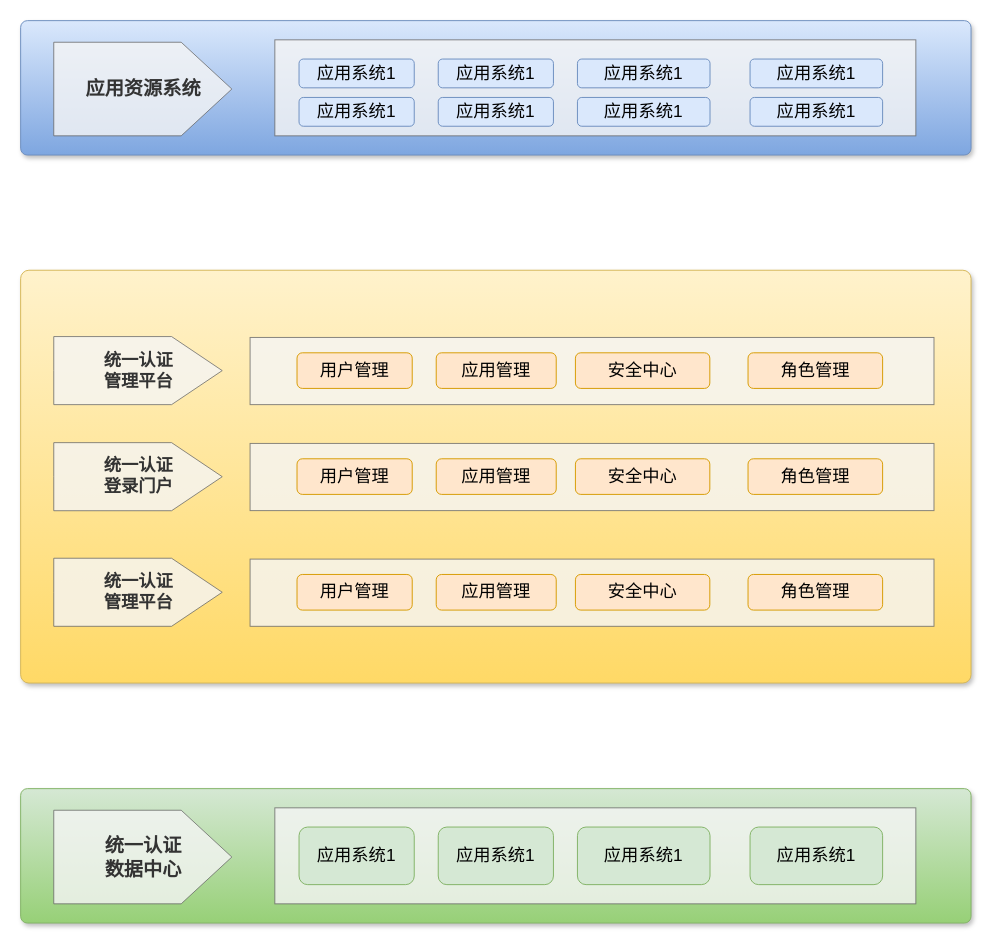
The draw.io diagram 东庄信息化项目-统一权限管理.drawio in sun-beijixing/drawio, before the edit. Source tidied: cells renumbered, new cells numbered last; positions are measured from the earlier drawing's top-left corner, leaving out a move shared by most shapes. Both pictures are drawn from the tidied source at 96%, with x=0, y=0 at pixel (20, 20).
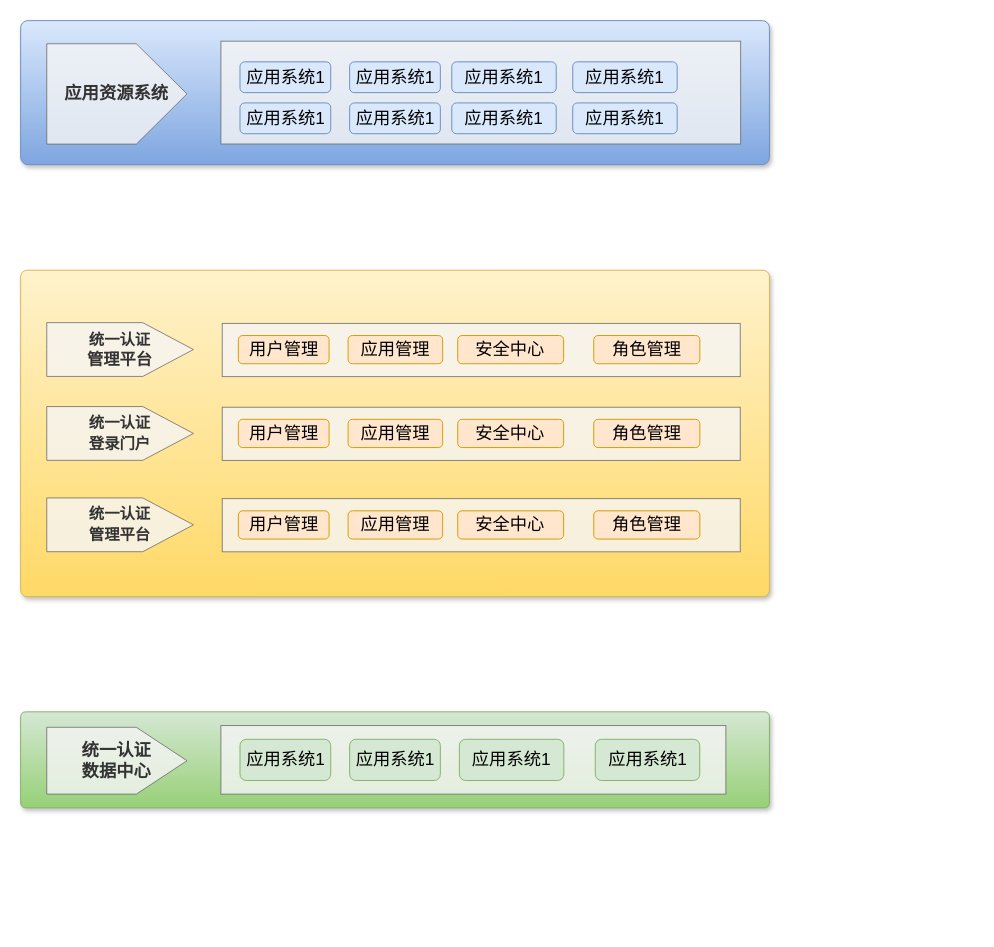
The same page after the edit.

Commit message (it also covers changes not shown here):
更新东庄信息化项目-统一权限管理.drawio

The edit, as a diff of the source:
```diff
@@
     <mxCell id="2" style="text;html=1;strokeColor=#6c8ebf;fillColor=#dae8fc;align=center;verticalAlign=middle;whiteSpace=wrap;fontSize=54;fontStyle=1;shadow=1;rounded=1;glass=0;sketch=0;arcSize=5;gradientColor=#7ea6e0;" parent="1" vertex="1">
-      <mxGeometry width="990" height="140" as="geometry" />
+      <mxGeometry width="780" height="150" as="geometry" />
     </mxCell>
     <mxCell id="3" style="rounded=0;whiteSpace=wrap;html=1;shadow=0;glass=0;sketch=0;fontSize=20;fillColor=#f5f5f5;fontColor=#333333;strokeColor=#666666;opacity=80;" parent="2" vertex="1">
-      <mxGeometry x="264.8" y="20" width="667.7" height="100" as="geometry" />
+      <mxGeometry x="208.6" y="21.4" width="541.4" height="107.1" as="geometry" />
     </mxCell>
     <mxCell id="4" value="&lt;font style=&quot;font-size: 18px;&quot;&gt;应用系统1&lt;/font&gt;" style="rounded=1;whiteSpace=wrap;html=1;shadow=0;glass=0;sketch=0;fillColor=#dae8fc;strokeColor=#6c8ebf;gradientColor=none;" parent="2" vertex="1">
-      <mxGeometry x="290" y="40" width="120" height="30" as="geometry" />
+      <mxGeometry x="228.5" y="42.9" width="94.5" height="32.1" as="geometry" />
     </mxCell>
-    <mxCell id="5" value="&lt;span style=&quot;color: rgb(51, 51, 51);&quot;&gt;&lt;b&gt;&lt;font style=&quot;font-size: 20px;&quot;&gt;应用资源系统&lt;/font&gt;&lt;/b&gt;&lt;/span&gt;" style="html=1;shadow=0;dashed=0;align=center;verticalAlign=middle;shape=mxgraph.arrows2.arrow;dy=0;dx=52.76;notch=0;rounded=0;glass=0;sketch=0;fontSize=18;fillColor=#f5f5f5;fontColor=#333333;strokeColor=#666666;whiteSpace=wrap;opacity=80;" parent="2" vertex="1">
-      <mxGeometry x="34.5" y="22.5" width="185.5" height="97.5" as="geometry" />
+    <mxCell id="5" value="&lt;span style=&quot;color: rgb(51, 51, 51);&quot;&gt;&lt;b&gt;&lt;font style=&quot;font-size: 18px;&quot;&gt;应用资源系统&lt;/font&gt;&lt;/b&gt;&lt;/span&gt;" style="html=1;shadow=0;dashed=0;align=center;verticalAlign=middle;shape=mxgraph.arrows2.arrow;dy=0;dx=52.76;notch=0;rounded=0;glass=0;sketch=0;fontSize=18;fillColor=#f5f5f5;fontColor=#333333;strokeColor=#666666;whiteSpace=wrap;opacity=80;" parent="2" vertex="1">
+      <mxGeometry x="27.2" y="24.1" width="146.1" height="104.5" as="geometry" />
     </mxCell>
     <mxCell id="6" value="&lt;font style=&quot;font-size: 18px;&quot;&gt;应用系统1&lt;/font&gt;" style="rounded=1;whiteSpace=wrap;html=1;shadow=0;glass=0;sketch=0;fillColor=#dae8fc;strokeColor=#6c8ebf;gradientColor=none;" parent="2" vertex="1">
-      <mxGeometry x="759.8" y="40" width="138.1" height="30" as="geometry" />
+      <mxGeometry x="575.1" y="42.9" width="108.8" height="32.1" as="geometry" />
     </mxCell>
     <mxCell id="7" value="&lt;font style=&quot;font-size: 18px;&quot;&gt;应用系统1&lt;/font&gt;" style="rounded=1;whiteSpace=wrap;html=1;shadow=0;glass=0;sketch=0;fillColor=#dae8fc;strokeColor=#6c8ebf;gradientColor=none;" parent="2" vertex="1">
-      <mxGeometry x="580" y="40" width="138.1" height="30" as="geometry" />
+      <mxGeometry x="449.1" y="42.9" width="108.8" height="32.1" as="geometry" />
     </mxCell>
     <mxCell id="8" value="&lt;font style=&quot;font-size: 18px;&quot;&gt;应用系统1&lt;/font&gt;" style="rounded=1;whiteSpace=wrap;html=1;shadow=0;glass=0;sketch=0;fillColor=#dae8fc;strokeColor=#6c8ebf;gradientColor=none;" parent="2" vertex="1">
-      <mxGeometry x="759.8" y="80" width="138.1" height="30" as="geometry" />
+      <mxGeometry x="575.1" y="85.7" width="108.8" height="32.1" as="geometry" />
     </mxCell>
     <mxCell id="9" value="&lt;font style=&quot;font-size: 18px;&quot;&gt;应用系统1&lt;/font&gt;" style="rounded=1;whiteSpace=wrap;html=1;shadow=0;glass=0;sketch=0;fillColor=#dae8fc;strokeColor=#6c8ebf;gradientColor=none;" parent="2" vertex="1">
-      <mxGeometry x="580" y="80" width="138.1" height="30" as="geometry" />
+      <mxGeometry x="449.1" y="85.7" width="108.8" height="32.1" as="geometry" />
     </mxCell>
     <mxCell id="10" value="&lt;font style=&quot;font-size: 18px;&quot;&gt;应用系统1&lt;/font&gt;" style="rounded=1;whiteSpace=wrap;html=1;shadow=0;glass=0;sketch=0;fillColor=#dae8fc;strokeColor=#6c8ebf;gradientColor=none;" parent="2" vertex="1">
-      <mxGeometry x="435" y="40" width="120" height="30" as="geometry" />
+      <mxGeometry x="342.7" y="42.9" width="94.5" height="32.1" as="geometry" />
     </mxCell>
     <mxCell id="11" value="&lt;font style=&quot;font-size: 18px;&quot;&gt;应用系统1&lt;/font&gt;" style="rounded=1;whiteSpace=wrap;html=1;shadow=0;glass=0;sketch=0;fillColor=#dae8fc;strokeColor=#6c8ebf;gradientColor=none;" parent="2" vertex="1">
-      <mxGeometry x="290" y="80" width="120" height="30" as="geometry" />
+      <mxGeometry x="228.5" y="85.7" width="94.5" height="32.1" as="geometry" />
     </mxCell>
     <mxCell id="12" value="&lt;font style=&quot;font-size: 18px;&quot;&gt;应用系统1&lt;/font&gt;" style="rounded=1;whiteSpace=wrap;html=1;shadow=0;glass=0;sketch=0;fillColor=#dae8fc;strokeColor=#6c8ebf;gradientColor=none;" parent="2" vertex="1">
-      <mxGeometry x="435" y="80" width="120" height="30" as="geometry" />
+      <mxGeometry x="342.7" y="85.7" width="94.5" height="32.1" as="geometry" />
     </mxCell>
     <mxCell id="13" style="text;html=1;strokeColor=#d6b656;fillColor=#fff2cc;align=center;verticalAlign=middle;whiteSpace=wrap;fontSize=54;fontStyle=1;shadow=1;rounded=1;glass=0;sketch=0;arcSize=2;gradientColor=#ffd966;" parent="1" vertex="1">
-      <mxGeometry y="260" width="990" height="430" as="geometry" />
+      <mxGeometry y="260" width="780" height="340" as="geometry" />
     </mxCell>
     <mxCell id="14" style="rounded=0;whiteSpace=wrap;html=1;shadow=0;glass=0;sketch=0;fontSize=20;fillColor=#f5f5f5;fontColor=#333333;strokeColor=#666666;opacity=80;" parent="13" vertex="1">
-      <mxGeometry x="239" y="70" width="712.4" height="70" as="geometry" />
+      <mxGeometry x="210" y="55.4" width="539.6" height="55.4" as="geometry" />
     </mxCell>
     <mxCell id="15" value="&lt;font style=&quot;font-size: 18px;&quot;&gt;用户管理&lt;/font&gt;" style="rounded=1;whiteSpace=wrap;html=1;shadow=0;glass=0;sketch=0;fillColor=#ffe6cc;strokeColor=#d79b00;" parent="13" vertex="1">
-      <mxGeometry x="287.9" y="86" width="120" height="37.1" as="geometry" />
+      <mxGeometry x="226.8" y="68" width="94.5" height="29.4" as="geometry" />
     </mxCell>
-    <mxCell id="16" value="&lt;div style=&quot;&quot;&gt;&lt;b style=&quot;background-color: initial;&quot;&gt;统一认证&lt;/b&gt;&lt;/div&gt;&lt;span style=&quot;color: rgb(51, 51, 51);&quot;&gt;&lt;div style=&quot;&quot;&gt;&lt;b style=&quot;background-color: initial;&quot;&gt;管理平台&lt;/b&gt;&lt;/div&gt;&lt;/span&gt;" style="html=1;shadow=0;dashed=0;align=center;verticalAlign=middle;shape=mxgraph.arrows2.arrow;dy=0;dx=52.76;notch=0;rounded=0;glass=0;sketch=0;fontSize=18;fillColor=#f5f5f5;fontColor=#333333;strokeColor=#666666;whiteSpace=wrap;opacity=80;" parent="13" vertex="1">
-      <mxGeometry x="34.5" y="69.1" width="175.5" height="70.9" as="geometry" />
+    <mxCell id="16" value="&lt;div style=&quot;font-size: 17px;&quot;&gt;&lt;b style=&quot;background-color: initial;&quot;&gt;&lt;font style=&quot;font-size: 16px;&quot;&gt;统一认证&lt;/font&gt;&lt;/b&gt;&lt;/div&gt;&lt;span style=&quot;color: rgb(51, 51, 51); font-size: 17px;&quot;&gt;&lt;div style=&quot;&quot;&gt;&lt;b style=&quot;background-color: initial;&quot;&gt;&lt;font style=&quot;font-size: 17px;&quot;&gt;管理平台&lt;/font&gt;&lt;/b&gt;&lt;/div&gt;&lt;/span&gt;" style="html=1;shadow=0;dashed=0;align=center;verticalAlign=middle;shape=mxgraph.arrows2.arrow;dy=0;dx=52.76;notch=0;rounded=0;glass=0;sketch=0;fontSize=18;fillColor=#f5f5f5;fontColor=#333333;strokeColor=#666666;whiteSpace=wrap;opacity=80;" parent="13" vertex="1">
+      <mxGeometry x="27.2" y="54.6" width="152.8" height="56" as="geometry" />
     </mxCell>
     <mxCell id="17" value="&lt;font style=&quot;font-size: 18px;&quot;&gt;角色管理&lt;/font&gt;" style="rounded=1;whiteSpace=wrap;html=1;shadow=0;glass=0;sketch=0;fillColor=#ffe6cc;strokeColor=#d79b00;" parent="13" vertex="1">
-      <mxGeometry x="757.7" y="86" width="140.2" height="37.1" as="geometry" />
+      <mxGeometry x="597" y="68" width="110.5" height="29.4" as="geometry" />
     </mxCell>
     <mxCell id="18" value="&lt;font style=&quot;font-size: 18px;&quot;&gt;安全中心&lt;/font&gt;" style="rounded=1;whiteSpace=wrap;html=1;shadow=0;glass=0;sketch=0;fillColor=#ffe6cc;strokeColor=#d79b00;" parent="13" vertex="1">
-      <mxGeometry x="577.9" y="86" width="140" height="37.1" as="geometry" />
+      <mxGeometry x="455.3" y="68" width="110.3" height="29.4" as="geometry" />
     </mxCell>
     <mxCell id="19" value="&lt;font style=&quot;font-size: 18px;&quot;&gt;应用管理&lt;/font&gt;" style="rounded=1;whiteSpace=wrap;html=1;shadow=0;glass=0;sketch=0;fillColor=#ffe6cc;strokeColor=#d79b00;" parent="13" vertex="1">
-      <mxGeometry x="432.9" y="86" width="125" height="37.1" as="geometry" />
+      <mxGeometry x="341.1" y="68" width="98.5" height="29.4" as="geometry" />
     </mxCell>
     <mxCell id="20" style="rounded=0;whiteSpace=wrap;html=1;shadow=0;glass=0;sketch=0;fontSize=20;fillColor=#f5f5f5;fontColor=#333333;strokeColor=#666666;opacity=80;" parent="13" vertex="1">
-      <mxGeometry x="239" y="180.4" width="712.4" height="70" as="geometry" />
+      <mxGeometry x="210" y="142.7" width="539.6" height="55.4" as="geometry" />
     </mxCell>
     <mxCell id="21" value="&lt;font style=&quot;font-size: 18px;&quot;&gt;用户管理&lt;/font&gt;" style="rounded=1;whiteSpace=wrap;html=1;shadow=0;glass=0;sketch=0;fillColor=#ffe6cc;strokeColor=#d79b00;" parent="13" vertex="1">
-      <mxGeometry x="287.9" y="196.4" width="120" height="37.1" as="geometry" />
+      <mxGeometry x="226.8" y="155.3" width="94.5" height="29.4" as="geometry" />
     </mxCell>
-    <mxCell id="22" value="&lt;span style=&quot;color: rgb(51, 51, 51);&quot;&gt;&lt;b&gt;&lt;font style=&quot;font-size: 18px;&quot;&gt;统一认证&lt;br&gt;登录门户&lt;/font&gt;&lt;/b&gt;&lt;/span&gt;" style="html=1;shadow=0;dashed=0;align=center;verticalAlign=middle;shape=mxgraph.arrows2.arrow;dy=0;dx=52.76;notch=0;rounded=0;glass=0;sketch=0;fontSize=18;fillColor=#f5f5f5;fontColor=#333333;strokeColor=#666666;whiteSpace=wrap;opacity=80;" parent="13" vertex="1">
-      <mxGeometry x="34.5" y="179.6" width="175.5" height="70.9" as="geometry" />
+    <mxCell id="22" value="&lt;span style=&quot;color: rgb(51, 51, 51);&quot;&gt;&lt;b style=&quot;font-size: 16px;&quot;&gt;&lt;font style=&quot;font-size: 16px;&quot;&gt;统一认证&lt;br&gt;登录门户&lt;/font&gt;&lt;/b&gt;&lt;/span&gt;" style="html=1;shadow=0;dashed=0;align=center;verticalAlign=middle;shape=mxgraph.arrows2.arrow;dy=0;dx=52.76;notch=0;rounded=0;glass=0;sketch=0;fontSize=18;fillColor=#f5f5f5;fontColor=#333333;strokeColor=#666666;whiteSpace=wrap;opacity=80;" parent="13" vertex="1">
+      <mxGeometry x="27.2" y="142" width="152.8" height="56" as="geometry" />
     </mxCell>
     <mxCell id="23" value="&lt;font style=&quot;font-size: 18px;&quot;&gt;角色管理&lt;/font&gt;" style="rounded=1;whiteSpace=wrap;html=1;shadow=0;glass=0;sketch=0;fillColor=#ffe6cc;strokeColor=#d79b00;" parent="13" vertex="1">
-      <mxGeometry x="757.7" y="196.4" width="140.2" height="37.1" as="geometry" />
+      <mxGeometry x="597" y="155.3" width="110.5" height="29.4" as="geometry" />
     </mxCell>
     <mxCell id="24" value="&lt;font style=&quot;font-size: 18px;&quot;&gt;安全中心&lt;/font&gt;" style="rounded=1;whiteSpace=wrap;html=1;shadow=0;glass=0;sketch=0;fillColor=#ffe6cc;strokeColor=#d79b00;" parent="13" vertex="1">
-      <mxGeometry x="577.9" y="196.4" width="140" height="37.1" as="geometry" />
+      <mxGeometry x="455.3" y="155.3" width="110.3" height="29.4" as="geometry" />
     </mxCell>
     <mxCell id="25" value="&lt;font style=&quot;font-size: 18px;&quot;&gt;应用管理&lt;/font&gt;" style="rounded=1;whiteSpace=wrap;html=1;shadow=0;glass=0;sketch=0;fillColor=#ffe6cc;strokeColor=#d79b00;" parent="13" vertex="1">
-      <mxGeometry x="432.9" y="196.4" width="125" height="37.1" as="geometry" />
+      <mxGeometry x="341.1" y="155.3" width="98.5" height="29.4" as="geometry" />
     </mxCell>
     <mxCell id="26" style="rounded=0;whiteSpace=wrap;html=1;shadow=0;glass=0;sketch=0;fontSize=20;fillColor=#f5f5f5;fontColor=#333333;strokeColor=#666666;opacity=80;" parent="13" vertex="1">
-      <mxGeometry x="239" y="300.9" width="712.4" height="70" as="geometry" />
+      <mxGeometry x="210" y="237.9" width="539.6" height="55.4" as="geometry" />
     </mxCell>
     <mxCell id="27" value="&lt;font style=&quot;font-size: 18px;&quot;&gt;用户管理&lt;/font&gt;" style="rounded=1;whiteSpace=wrap;html=1;shadow=0;glass=0;sketch=0;fillColor=#ffe6cc;strokeColor=#d79b00;" parent="13" vertex="1">
-      <mxGeometry x="287.9" y="316.9" width="120" height="37.1" as="geometry" />
+      <mxGeometry x="226.8" y="250.6" width="94.5" height="29.4" as="geometry" />
     </mxCell>
-    <mxCell id="28" value="&lt;span style=&quot;color: rgb(51, 51, 51);&quot;&gt;&lt;b&gt;&lt;font style=&quot;font-size: 18px;&quot;&gt;统一认证&lt;br&gt;管理平台&lt;/font&gt;&lt;/b&gt;&lt;/span&gt;" style="html=1;shadow=0;dashed=0;align=center;verticalAlign=middle;shape=mxgraph.arrows2.arrow;dy=0;dx=52.76;notch=0;rounded=0;glass=0;sketch=0;fontSize=18;fillColor=#f5f5f5;fontColor=#333333;strokeColor=#666666;whiteSpace=wrap;opacity=80;" parent="13" vertex="1">
-      <mxGeometry x="34.5" y="300" width="175.5" height="70.9" as="geometry" />
+    <mxCell id="28" value="&lt;span style=&quot;color: rgb(51, 51, 51);&quot;&gt;&lt;b style=&quot;font-size: 16px;&quot;&gt;&lt;font style=&quot;font-size: 16px;&quot;&gt;统一认证&lt;br&gt;管理平台&lt;/font&gt;&lt;/b&gt;&lt;/span&gt;" style="html=1;shadow=0;dashed=0;align=center;verticalAlign=middle;shape=mxgraph.arrows2.arrow;dy=0;dx=52.76;notch=0;rounded=0;glass=0;sketch=0;fontSize=18;fillColor=#f5f5f5;fontColor=#333333;strokeColor=#666666;whiteSpace=wrap;opacity=80;" parent="13" vertex="1">
+      <mxGeometry x="27.2" y="237.2" width="152.8" height="56" as="geometry" />
     </mxCell>
     <mxCell id="29" value="&lt;font style=&quot;font-size: 18px;&quot;&gt;角色管理&lt;/font&gt;" style="rounded=1;whiteSpace=wrap;html=1;shadow=0;glass=0;sketch=0;fillColor=#ffe6cc;strokeColor=#d79b00;" parent="13" vertex="1">
-      <mxGeometry x="757.7" y="316.9" width="140.2" height="37.1" as="geometry" />
+      <mxGeometry x="597" y="250.6" width="110.5" height="29.4" as="geometry" />
     </mxCell>
     <mxCell id="30" value="&lt;font style=&quot;font-size: 18px;&quot;&gt;安全中心&lt;/font&gt;" style="rounded=1;whiteSpace=wrap;html=1;shadow=0;glass=0;sketch=0;fillColor=#ffe6cc;strokeColor=#d79b00;" parent="13" vertex="1">
-      <mxGeometry x="577.9" y="316.9" width="140" height="37.1" as="geometry" />
+      <mxGeometry x="455.3" y="250.6" width="110.3" height="29.4" as="geometry" />
     </mxCell>
     <mxCell id="31" value="&lt;font style=&quot;font-size: 18px;&quot;&gt;应用管理&lt;/font&gt;" style="rounded=1;whiteSpace=wrap;html=1;shadow=0;glass=0;sketch=0;fillColor=#ffe6cc;strokeColor=#d79b00;" parent="13" vertex="1">
-      <mxGeometry x="432.9" y="316.9" width="125" height="37.1" as="geometry" />
+      <mxGeometry x="341.1" y="250.6" width="98.5" height="29.4" as="geometry" />
     </mxCell>
     <mxCell id="32" style="text;html=1;strokeColor=#82b366;fillColor=#d5e8d4;align=center;verticalAlign=middle;whiteSpace=wrap;fontSize=54;fontStyle=1;shadow=1;rounded=1;glass=0;sketch=0;gradientColor=#97d077;arcSize=5;" parent="1" vertex="1">
-      <mxGeometry y="800" width="990" height="140" as="geometry" />
+      <mxGeometry y="720" width="780" height="100" as="geometry" />
     </mxCell>
     <mxCell id="33" style="rounded=0;whiteSpace=wrap;html=1;shadow=0;glass=0;sketch=0;fontSize=20;fillColor=#f5f5f5;fontColor=#333333;strokeColor=#666666;opacity=80;" parent="32" vertex="1">
-      <mxGeometry x="264.8" y="20" width="667.7" height="100" as="geometry" />
+      <mxGeometry x="208.6" y="14.3" width="526" height="71.4" as="geometry" />
     </mxCell>
     <mxCell id="34" value="&lt;font style=&quot;font-size: 18px;&quot;&gt;应用系统1&lt;/font&gt;" style="rounded=1;whiteSpace=wrap;html=1;shadow=0;glass=0;sketch=0;fillColor=#d5e8d4;strokeColor=#82b366;gradientColor=none;" parent="32" vertex="1">
-      <mxGeometry x="290" y="40" width="120" height="60" as="geometry" />
+      <mxGeometry x="228.5" y="28.6" width="94.5" height="42.9" as="geometry" />
     </mxCell>
-    <mxCell id="35" value="&lt;span style=&quot;color: rgb(51, 51, 51);&quot;&gt;&lt;b&gt;&lt;font style=&quot;font-size: 20px;&quot;&gt;统一认证&lt;br&gt;数据中心&lt;br&gt;&lt;/font&gt;&lt;/b&gt;&lt;/span&gt;" style="html=1;shadow=0;dashed=0;align=center;verticalAlign=middle;shape=mxgraph.arrows2.arrow;dy=0;dx=52.76;notch=0;rounded=0;glass=0;sketch=0;fontSize=18;fillColor=#f5f5f5;fontColor=#333333;strokeColor=#666666;whiteSpace=wrap;opacity=80;" parent="32" vertex="1">
-      <mxGeometry x="34.5" y="22.5" width="185.5" height="97.5" as="geometry" />
+    <mxCell id="35" value="&lt;span style=&quot;color: rgb(51, 51, 51);&quot;&gt;&lt;b style=&quot;&quot;&gt;&lt;font style=&quot;font-size: 18px;&quot;&gt;统一认证&lt;br&gt;数据中心&lt;br&gt;&lt;/font&gt;&lt;/b&gt;&lt;/span&gt;" style="html=1;shadow=0;dashed=0;align=center;verticalAlign=middle;shape=mxgraph.arrows2.arrow;dy=0;dx=52.76;notch=0;rounded=0;glass=0;sketch=0;fontSize=18;fillColor=#f5f5f5;fontColor=#333333;strokeColor=#666666;whiteSpace=wrap;opacity=80;" parent="32" vertex="1">
+      <mxGeometry x="27.2" y="16.1" width="146.1" height="69.6" as="geometry" />
     </mxCell>
     <mxCell id="36" value="&lt;font style=&quot;font-size: 18px;&quot;&gt;应用系统1&lt;/font&gt;" style="rounded=1;whiteSpace=wrap;html=1;shadow=0;glass=0;sketch=0;fillColor=#d5e8d4;strokeColor=#82b366;gradientColor=none;" parent="32" vertex="1">
-      <mxGeometry x="759.8" y="40" width="138.1" height="60" as="geometry" />
+      <mxGeometry x="598.6" y="28.6" width="108.8" height="42.9" as="geometry" />
     </mxCell>
     <mxCell id="37" value="&lt;font style=&quot;font-size: 18px;&quot;&gt;应用系统1&lt;/font&gt;" style="rounded=1;whiteSpace=wrap;html=1;shadow=0;glass=0;sketch=0;fillColor=#d5e8d4;strokeColor=#82b366;gradientColor=none;" parent="32" vertex="1">
-      <mxGeometry x="580" y="40" width="138.1" height="60" as="geometry" />
+      <mxGeometry x="457" y="28.6" width="108.8" height="42.9" as="geometry" />
     </mxCell>
     <mxCell id="38" value="&lt;font style=&quot;font-size: 18px;&quot;&gt;应用系统1&lt;/font&gt;" style="rounded=1;whiteSpace=wrap;html=1;shadow=0;glass=0;sketch=0;fillColor=#d5e8d4;strokeColor=#82b366;gradientColor=none;" parent="32" vertex="1">
-      <mxGeometry x="435" y="40" width="120" height="60" as="geometry" />
+      <mxGeometry x="342.7" y="28.6" width="94.5" height="42.9" as="geometry" />
     </mxCell>
```
